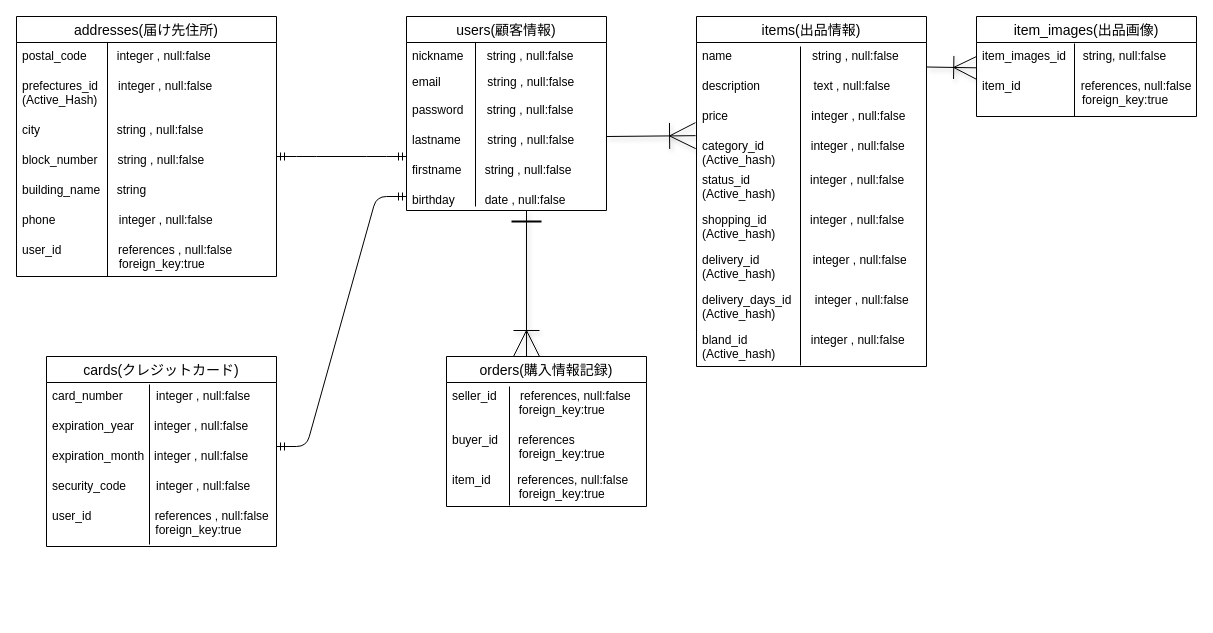
Before: furima.dio in mayuphoo/furima-30336, a draw.io diagram. Source tidied: cells renumbered, new cells numbered last; positions are measured from the earlier drawing's top-left corner, leaving out a move shared by most shapes. Both pictures are drawn from the tidied source at 100%, with x=0, y=0 at pixel (16, 16).
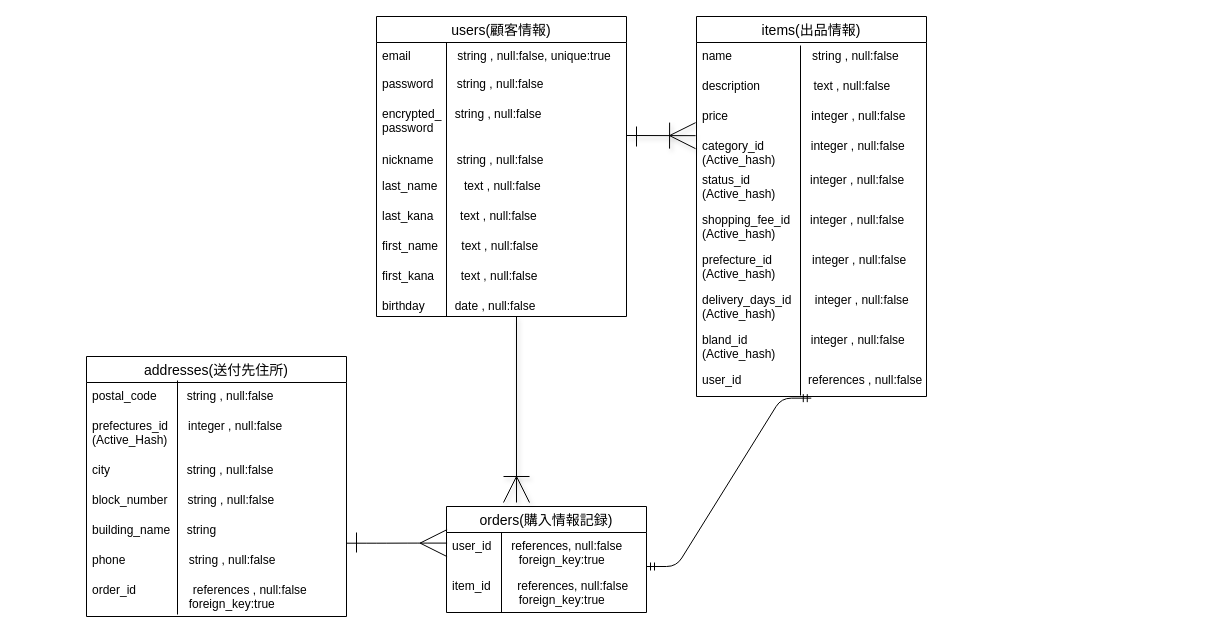
The same diagram, later.

Commit message (it also covers changes not shown here):
ER図とREADMEの作成(2)

The change refers to these unchanged cells:
```xml
<mxCell id="3" value="name                        string , null:false" style="text;strokeColor=none;fillColor=none;spacingLeft=4;spacingRight=4;overflow=hidden;points=[[0,0.5],[1,0.5]];portConstraint=eastwest;fontSize=12;" parent="2" vertex="1">
  <mxGeometry y="26" width="230" height="30" as="geometry" />
</mxCell>
<mxCell id="6" value="category_id              integer , null:false&#10;(Active_hash)" style="text;strokeColor=none;fillColor=none;spacingLeft=4;spacingRight=4;overflow=hidden;points=[[0,0.5],[1,0.5]];portConstraint=eastwest;fontSize=12;" parent="2" vertex="1">
  <mxGeometry y="116" width="230" height="34" as="geometry" />
</mxCell>
```

Diff of the diagram source:
```diff
@@
     <mxCell id="2" value="items(出品情報)" style="swimlane;fontStyle=0;horizontal=1;startSize=26;align=center;fontSize=14;shadow=0;" parent="1" vertex="1">
-      <mxGeometry x="680" width="230" height="350" as="geometry" />
+      <mxGeometry x="680" width="230" height="380" as="geometry" />
     </mxCell>
@@
-    <mxCell id="8" value="shopping_id             integer , null:false&#10;(Active_hash)" style="text;strokeColor=none;fillColor=none;spacingLeft=4;spacingRight=4;overflow=hidden;fontSize=12;" parent="2" vertex="1">
+    <mxCell id="8" value="shopping_fee_id      integer , null:false&#10;(Active_hash)" style="text;strokeColor=none;fillColor=none;spacingLeft=4;spacingRight=4;overflow=hidden;fontSize=12;" parent="2" vertex="1">
       <mxGeometry y="190" width="230" height="40" as="geometry" />
     </mxCell>
-    <mxCell id="9" value="delivery_id                integer , null:false&#10;(Active_hash)" style="text;strokeColor=none;fillColor=none;spacingLeft=4;spacingRight=4;overflow=hidden;fontSize=12;" parent="2" vertex="1">
+    <mxCell id="9" value="prefecture_id            integer , null:false&#10;(Active_hash)" style="text;strokeColor=none;fillColor=none;spacingLeft=4;spacingRight=4;overflow=hidden;fontSize=12;" parent="2" vertex="1">
       <mxGeometry y="230" width="230" height="40" as="geometry" />
     </mxCell>
@@
+    <mxCell id="52" value="user_id                    references , null:false" style="text;strokeColor=none;fillColor=none;spacingLeft=4;spacingRight=4;overflow=hidden;points=[[0,0.5],[1,0.5]];portConstraint=eastwest;fontSize=12;" parent="2" vertex="1">
+      <mxGeometry y="350" width="230" height="30" as="geometry" />
+    </mxCell>
     <mxCell id="12" value="users(顧客情報)" style="swimlane;fontStyle=0;horizontal=1;startSize=26;align=center;fontSize=14;shadow=0;" parent="1" vertex="1">
-      <mxGeometry x="390" width="200" height="194" as="geometry" />
+      <mxGeometry x="360" width="250" height="300" as="geometry" />
     </mxCell>
-    <mxCell id="13" value="nickname       string , null:false" style="text;strokeColor=none;fillColor=none;spacingLeft=4;spacingRight=4;overflow=hidden;fontSize=12;" parent="12" vertex="1">
-      <mxGeometry y="26" width="200" height="26" as="geometry" />
-    </mxCell>
-    <mxCell id="14" value="email              string , null:false" style="text;strokeColor=none;fillColor=none;spacingLeft=4;spacingRight=4;overflow=hidden;fontSize=12;" parent="12" vertex="1">
-      <mxGeometry y="52" width="200" height="28" as="geometry" />
+    <mxCell id="14" value="email              string , null:false, unique:true" style="text;strokeColor=none;fillColor=none;spacingLeft=4;spacingRight=4;overflow=hidden;fontSize=12;" parent="12" vertex="1">
+      <mxGeometry y="26" width="250" height="28" as="geometry" />
     </mxCell>
     <mxCell id="15" value="password       string , null:false" style="text;strokeColor=none;fillColor=none;spacingLeft=4;spacingRight=4;overflow=hidden;fontSize=12;" parent="12" vertex="1">
-      <mxGeometry y="80" width="200" height="30" as="geometry" />
+      <mxGeometry y="54" width="250" height="30" as="geometry" />
     </mxCell>
+    <mxCell id="53" value="encrypted_    string , null:false&#10;password " style="text;strokeColor=none;fillColor=none;spacingLeft=4;spacingRight=4;overflow=hidden;fontSize=12;" parent="12" vertex="1">
+      <mxGeometry y="84" width="250" height="46" as="geometry" />
+    </mxCell>
+    <mxCell id="13" value="nickname       string , null:false" style="text;strokeColor=none;fillColor=none;spacingLeft=4;spacingRight=4;overflow=hidden;fontSize=12;" parent="12" vertex="1">
+      <mxGeometry y="130" width="250" height="26" as="geometry" />
+    </mxCell>
-    <mxCell id="16" value="lastname        string , null:false" style="text;strokeColor=none;fillColor=none;spacingLeft=4;spacingRight=4;overflow=hidden;fontSize=12;" parent="12" vertex="1">
-      <mxGeometry y="110" width="200" height="30" as="geometry" />
+    <mxCell id="16" value="last_name        text , null:false" style="text;strokeColor=none;fillColor=none;spacingLeft=4;spacingRight=4;overflow=hidden;fontSize=12;" parent="12" vertex="1">
+      <mxGeometry y="156" width="250" height="30" as="geometry" />
     </mxCell>
-    <mxCell id="17" style="fontSize=12;html=1;endArrow=ERoneToMany;shadow=1;endSize=24;" parent="12" edge="1">
-      <mxGeometry relative="1" as="geometry">
-        <mxPoint x="120" y="194" as="sourcePoint" />
-        <mxPoint x="120" y="340" as="targetPoint" />
-      </mxGeometry>
-    </mxCell>
+    <mxCell id="54" value="last_kana        text , null:false" style="text;strokeColor=none;fillColor=none;spacingLeft=4;spacingRight=4;overflow=hidden;fontSize=12;" parent="12" vertex="1">
+      <mxGeometry y="186" width="250" height="30" as="geometry" />
+    </mxCell>
-    <mxCell id="18" value="firstname       string , null:false" style="text;fillColor=none;spacingLeft=4;spacingRight=4;overflow=hidden;fontSize=12;" parent="12" vertex="1">
-      <mxGeometry y="140" width="200" height="30" as="geometry" />
+    <mxCell id="18" value="first_name       text , null:false" style="text;fillColor=none;spacingLeft=4;spacingRight=4;overflow=hidden;fontSize=12;" parent="12" vertex="1">
+      <mxGeometry y="216" width="250" height="30" as="geometry" />
     </mxCell>
+    <mxCell id="55" style="endArrow=none;html=1;strokeWidth=1;" parent="12" edge="1">
+      <mxGeometry relative="1" as="geometry">
+        <mxPoint x="70" y="26" as="sourcePoint" />
+        <mxPoint x="70" y="300" as="targetPoint" />
+      </mxGeometry>
+    </mxCell>
+    <mxCell id="56" value="first_kana        text , null:false" style="text;strokeColor=none;fillColor=none;spacingLeft=4;spacingRight=4;overflow=hidden;fontSize=12;" parent="12" vertex="1">
+      <mxGeometry y="246" width="250" height="30" as="geometry" />
+    </mxCell>
     <mxCell id="19" value="birthday         date , null:false" style="text;strokeColor=none;fillColor=none;spacingLeft=4;spacingRight=4;overflow=hidden;points=[[0,0.5],[1,0.5]];portConstraint=eastwest;fontSize=12;" parent="12" vertex="1">
-      <mxGeometry y="170" width="200" height="24" as="geometry" />
+      <mxGeometry y="276" width="250" height="24" as="geometry" />
     </mxCell>
-    <mxCell id="20" value="item_images(出品画像)" style="swimlane;fontStyle=0;horizontal=1;startSize=26;align=center;fontSize=14;shadow=0;" parent="1" vertex="1">
-      <mxGeometry x="960" width="220" height="100" as="geometry" />
-    </mxCell>
-    <mxCell id="21" value="item_images_id     string, null:false" style="text;strokeColor=none;fillColor=none;spacingLeft=4;spacingRight=4;overflow=hidden;points=[[0,0.5],[1,0.5]];portConstraint=eastwest;fontSize=12;" parent="20" vertex="1">
-      <mxGeometry y="26" width="220" height="30" as="geometry" />
-    </mxCell>
-    <mxCell id="22" value="item_id                  references, null:false&#10;                              foreign_key:true&#10;" style="text;strokeColor=none;fillColor=none;spacingLeft=4;spacingRight=4;overflow=hidden;fontSize=12;" parent="20" vertex="1">
-      <mxGeometry y="56" width="220" height="44" as="geometry" />
-    </mxCell>
     <mxCell id="23" value="orders(購入情報記録)" style="swimlane;fontStyle=0;horizontal=1;startSize=26;align=center;fontSize=14;shadow=0;" parent="1" vertex="1">
-      <mxGeometry x="430" y="340" width="200" height="150" as="geometry" />
+      <mxGeometry x="430" y="490" width="200" height="106" as="geometry" />
     </mxCell>
-    <mxCell id="24" value="seller_id       references, null:false&#10;                    foreign_key:true" style="text;strokeColor=none;fillColor=none;spacingLeft=4;spacingRight=4;overflow=hidden;fontSize=12;" parent="23" vertex="1">
-      <mxGeometry y="26" width="200" height="44" as="geometry" />
-    </mxCell>
-    <mxCell id="25" value="buyer_id      references&#10;                    foreign_key:true" style="text;strokeColor=none;fillColor=none;spacingLeft=4;spacingRight=4;overflow=hidden;fontSize=12;" parent="23" vertex="1">
-      <mxGeometry y="70" width="200" height="40" as="geometry" />
+    <mxCell id="25" value="user_id      references, null:false&#10;                    foreign_key:true" style="text;strokeColor=none;fillColor=none;spacingLeft=4;spacingRight=4;overflow=hidden;fontSize=12;" parent="23" vertex="1">
+      <mxGeometry y="26" width="200" height="40" as="geometry" />
     </mxCell>
     <mxCell id="26" value="item_id        references, null:false&#10;                    foreign_key:true&#10;" style="text;strokeColor=none;fillColor=none;spacingLeft=4;spacingRight=4;overflow=hidden;fontSize=12;" parent="23" vertex="1">
-      <mxGeometry y="110" width="200" height="40" as="geometry" />
+      <mxGeometry y="66" width="200" height="40" as="geometry" />
     </mxCell>
-    <mxCell id="27" value="addresses(届け先住所)" style="swimlane;fontStyle=0;horizontal=1;startSize=26;align=center;fontSize=14;shadow=0;" parent="1" vertex="1">
-      <mxGeometry width="260" height="260" as="geometry" />
+    <mxCell id="27" value="addresses(送付先住所)" style="swimlane;fontStyle=0;horizontal=1;startSize=26;align=center;fontSize=14;shadow=0;" parent="1" vertex="1">
+      <mxGeometry x="70" y="340" width="260" height="260" as="geometry" />
     </mxCell>
-    <mxCell id="28" value="postal_code         integer , null:false" style="text;strokeColor=none;fillColor=none;spacingLeft=4;spacingRight=4;overflow=hidden;fontSize=12;" parent="27" vertex="1">
+    <mxCell id="28" value="postal_code         string , null:false" style="text;strokeColor=none;fillColor=none;spacingLeft=4;spacingRight=4;overflow=hidden;fontSize=12;" parent="27" vertex="1">
       <mxGeometry y="26" width="260" height="30" as="geometry" />
     </mxCell>
@@
-    <mxCell id="33" value="phone                   integer , null:false" style="text;strokeColor=none;fillColor=none;spacingLeft=4;spacingRight=4;overflow=hidden;fontSize=12;" parent="27" vertex="1">
+    <mxCell id="33" value="phone                   string , null:false" style="text;strokeColor=none;fillColor=none;spacingLeft=4;spacingRight=4;overflow=hidden;fontSize=12;" parent="27" vertex="1">
       <mxGeometry y="190" width="260" height="30" as="geometry" />
     </mxCell>
-    <mxCell id="34" value="user_id                 references , null:false&#10;                             foreign_key:true" style="text;strokeColor=none;fillColor=none;spacingLeft=4;spacingRight=4;overflow=hidden;fontSize=12;" parent="27" vertex="1">
+    <mxCell id="34" value="order_id                 references , null:false&#10;                             foreign_key:true" style="text;strokeColor=none;fillColor=none;spacingLeft=4;spacingRight=4;overflow=hidden;fontSize=12;" parent="27" vertex="1">
       <mxGeometry y="220" width="260" height="40" as="geometry" />
     </mxCell>
-    <mxCell id="35" value="cards(クレジットカード)" style="swimlane;fontStyle=0;horizontal=1;startSize=26;align=center;fontSize=14;shadow=0;" parent="1" vertex="1">
-      <mxGeometry x="30" y="340" width="230" height="190" as="geometry" />
-    </mxCell>
-    <mxCell id="36" value="card_number          integer , null:false" style="text;strokeColor=none;fillColor=none;spacingLeft=4;spacingRight=4;overflow=hidden;fontSize=12;" parent="35" vertex="1">
-      <mxGeometry y="26" width="230" height="30" as="geometry" />
-    </mxCell>
-    <mxCell id="37" value="expiration_year      integer , null:false" style="text;strokeColor=none;fillColor=none;spacingLeft=4;spacingRight=4;overflow=hidden;fontSize=12;" parent="35" vertex="1">
-      <mxGeometry y="56" width="230" height="30" as="geometry" />
-    </mxCell>
-    <mxCell id="38" value="expiration_month   integer , null:false" style="text;strokeColor=none;fillColor=none;spacingLeft=4;spacingRight=4;overflow=hidden;fontSize=12;" parent="35" vertex="1">
-      <mxGeometry y="86" width="230" height="30" as="geometry" />
-    </mxCell>
-    <mxCell id="39" value="security_code         integer , null:false" style="text;strokeColor=none;fillColor=none;spacingLeft=4;spacingRight=4;overflow=hidden;fontSize=12;" parent="35" vertex="1">
-      <mxGeometry y="116" width="230" height="30" as="geometry" />
-    </mxCell>
-    <mxCell id="40" value="user_id                   references , null:false&#10;                               foreign_key:true" style="text;strokeColor=none;fillColor=none;spacingLeft=4;spacingRight=4;overflow=hidden;fontSize=12;" parent="35" vertex="1">
-      <mxGeometry y="146" width="230" height="44" as="geometry" />
-    </mxCell>
-    <mxCell id="41" style="edgeStyle=entityRelationEdgeStyle;fontSize=12;html=1;endArrow=ERmandOne;startArrow=ERmandOne;" parent="1" edge="1">
-      <mxGeometry relative="1" as="geometry">
-        <mxPoint x="260" y="140" as="sourcePoint" />
-        <mxPoint x="390" y="140" as="targetPoint" />
-      </mxGeometry>
-    </mxCell>
-    <mxCell id="42" style="edgeStyle=entityRelationEdgeStyle;fontSize=12;html=1;endArrow=ERmandOne;startArrow=ERmandOne;entryX=0;entryY=0.417;entryDx=0;entryDy=0;entryPerimeter=0;" parent="1" edge="1" target="19">
-      <mxGeometry relative="1" as="geometry">
-        <mxPoint x="260" y="430" as="sourcePoint" />
-      </mxGeometry>
-    </mxCell>
-    <mxCell id="43" style="line;strokeWidth=2;html=1;shadow=0;fontFamily=Helvetica;" parent="1" vertex="1">
-      <mxGeometry x="495" y="200" width="30" height="10" as="geometry" />
-    </mxCell>
     <mxCell id="44" style="fontSize=12;html=1;endArrow=ERoneToMany;shadow=1;endSize=24;entryX=-0.004;entryY=0.093;entryDx=0;entryDy=0;entryPerimeter=0;" parent="1" edge="1" target="6">
       <mxGeometry relative="1" as="geometry">
-        <mxPoint x="590" y="120" as="sourcePoint" />
+        <mxPoint x="610" y="119" as="sourcePoint" />
       </mxGeometry>
     </mxCell>
-    <mxCell id="45" style="fontSize=12;html=1;endArrow=ERoneToMany;shadow=1;entryX=0.001;entryY=0.844;entryDx=0;entryDy=0;entryPerimeter=0;exitX=1.001;exitY=0.817;exitDx=0;exitDy=0;exitPerimeter=0;endSize=21;" parent="1" edge="1" source="3" target="21">
-      <mxGeometry relative="1" as="geometry" />
-    </mxCell>
     <mxCell id="46" style="line;strokeWidth=1;direction=south;html=1;shadow=0;fontFamily=Helvetica;" parent="1" vertex="1">
-      <mxGeometry x="86" y="26" width="10" height="234" as="geometry" />
+      <mxGeometry x="156" y="364" width="10" height="234" as="geometry" />
     </mxCell>
-    <mxCell id="47" style="line;strokeWidth=1;direction=south;html=1;shadow=0;fontFamily=Helvetica;" parent="1" vertex="1">
-      <mxGeometry x="128" y="368" width="10" height="160" as="geometry" />
-    </mxCell>
-    <mxCell id="48" style="line;strokeWidth=1;direction=south;html=1;shadow=0;fontFamily=Helvetica;" parent="1" vertex="1">
-      <mxGeometry x="454" y="26" width="10" height="164" as="geometry" />
-    </mxCell>
     <mxCell id="49" style="line;strokeWidth=1;direction=south;html=1;shadow=0;fontFamily=Helvetica;" parent="1" vertex="1">
-      <mxGeometry x="488" y="370" width="10" height="119" as="geometry" />
+      <mxGeometry x="480" y="516" width="10" height="80" as="geometry" />
     </mxCell>
     <mxCell id="50" style="line;strokeWidth=1;direction=south;html=1;shadow=0;fontFamily=Helvetica;" parent="1" vertex="1">
-      <mxGeometry x="779" y="30" width="10" height="319" as="geometry" />
+      <mxGeometry x="779" y="29" width="10" height="350" as="geometry" />
     </mxCell>
-    <mxCell id="51" style="line;strokeWidth=1;direction=south;html=1;shadow=0;fontFamily=Helvetica;" parent="1" vertex="1">
-      <mxGeometry x="1053" y="27" width="10" height="73" as="geometry" />
-    </mxCell>
+    <mxCell id="57" style="edgeStyle=entityRelationEdgeStyle;fontSize=12;html=1;endArrow=ERmany;entryX=-0.002;entryY=0.265;entryDx=0;entryDy=0;entryPerimeter=0;strokeWidth=1;endSize=25;exitX=0.995;exitY=0.889;exitDx=0;exitDy=0;exitPerimeter=0;" parent="1" edge="1">
+      <mxGeometry relative="1" as="geometry">
+        <mxPoint x="329.7" y="526.7" as="sourcePoint" />
+        <mxPoint x="430.6" y="526.6" as="targetPoint" />
+      </mxGeometry>
+    </mxCell>
+    <mxCell id="58" style="endArrow=none;html=1;rounded=0;strokeWidth=1;" parent="1" edge="1">
+      <mxGeometry relative="1" as="geometry">
+        <mxPoint x="340" y="516" as="sourcePoint" />
+        <mxPoint x="340" y="536" as="targetPoint" />
+      </mxGeometry>
+    </mxCell>
+    <mxCell id="59" style="endArrow=none;html=1;rounded=0;strokeWidth=1;" parent="1" edge="1">
+      <mxGeometry relative="1" as="geometry">
+        <mxPoint x="620" y="130" as="sourcePoint" />
+        <mxPoint x="620" y="110" as="targetPoint" />
+      </mxGeometry>
+    </mxCell>
+    <mxCell id="17" style="fontSize=12;html=1;endArrow=ERoneToMany;shadow=1;endSize=24;" parent="1" edge="1">
+      <mxGeometry relative="1" as="geometry">
+        <mxPoint x="500" y="300" as="sourcePoint" />
+        <mxPoint x="500" y="486" as="targetPoint" />
+      </mxGeometry>
+    </mxCell>
+    <mxCell id="60" style="edgeStyle=entityRelationEdgeStyle;fontSize=12;html=1;endArrow=ERmandOne;startArrow=ERmandOne;strokeWidth=1;entryX=0.499;entryY=1.055;entryDx=0;entryDy=0;entryPerimeter=0;" parent="1" edge="1" target="52">
+      <mxGeometry relative="1" as="geometry">
+        <mxPoint x="630" y="550" as="sourcePoint" />
+      </mxGeometry>
+    </mxCell>
```
